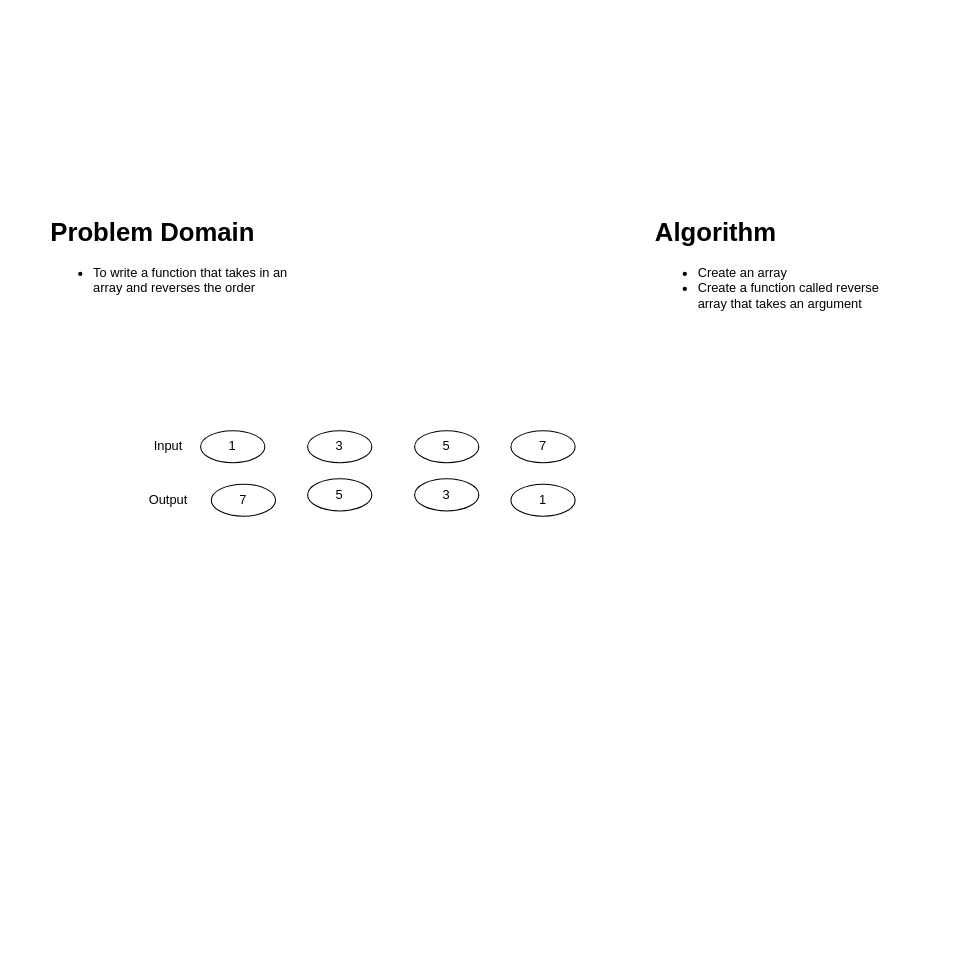
The draw.io diagram python/code_challenges/arrays/reverse/array_reverse.drawio in Bhattb2/data-structures-and-algorithms, before the edit. Source tidied: cells renumbered, new cells numbered last; positions are measured from the earlier drawing's top-left corner, leaving out a move shared by most shapes. Both pictures are drawn from the tidied source at 107%, with x=0, y=0 at pixel (45, 211).
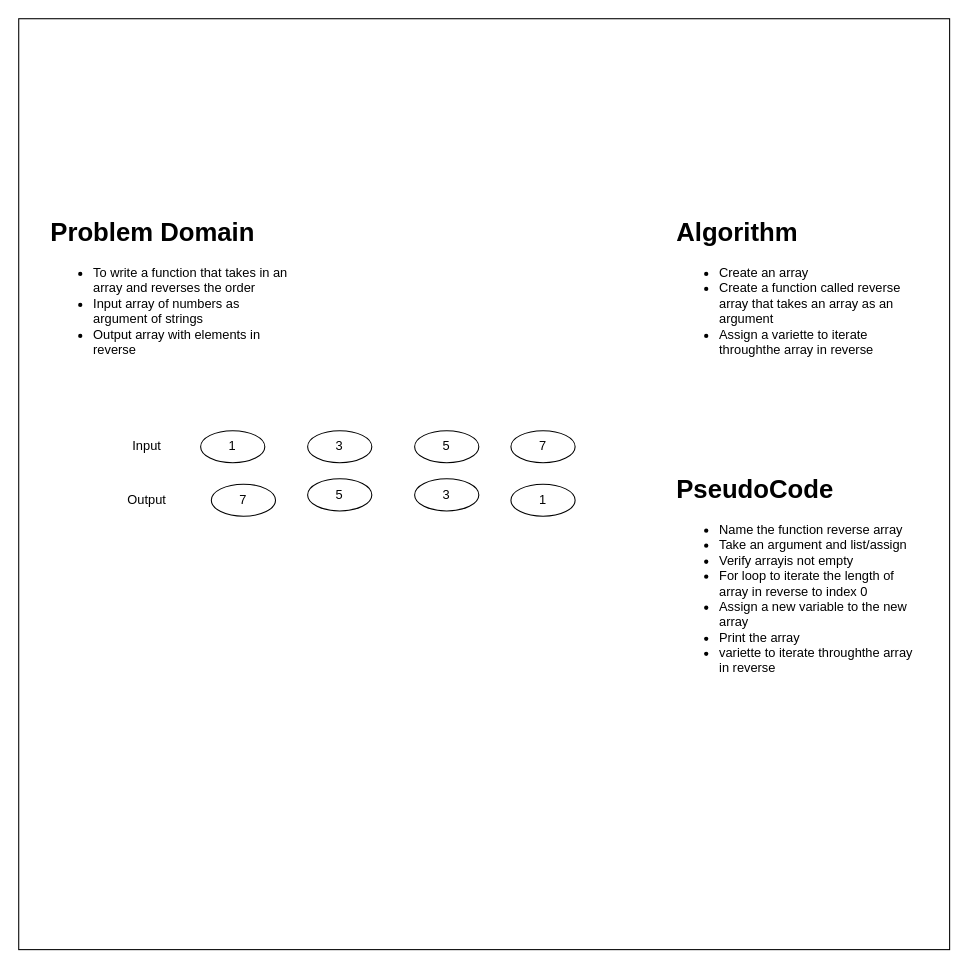
Above is the later version.

Commit message (it also covers changes not shown here):
completed array diagram

Diff of the diagram source:
```diff
@@
 <mxGraphModel>
   <root>
     <mxCell id="0" />
     <mxCell id="1" parent="0" />
+    <mxCell id="14" style="whiteSpace=wrap;html=1;" parent="1" vertex="1">
+      <mxGeometry x="-25" y="-180" width="870" height="870" as="geometry" />
+    </mxCell>
-    <mxCell id="2" value="&lt;h1&gt;Problem Domain&lt;/h1&gt;&lt;p&gt;&lt;ul&gt;&lt;li&gt;To write a function that takes in an array and reverses the order&lt;/li&gt;&lt;/ul&gt;&lt;/p&gt;" style="text;html=1;strokeColor=none;fillColor=none;spacing=5;spacingTop=-20;whiteSpace=wrap;overflow=hidden;rounded=0;" parent="1" vertex="1">
-      <mxGeometry width="230" height="120" as="geometry" />
+    <mxCell id="2" value="&lt;h1&gt;Problem Domain&lt;/h1&gt;&lt;p&gt;&lt;/p&gt;&lt;ul&gt;&lt;li&gt;To write a function that takes in an array and reverses the order&lt;/li&gt;&lt;li&gt;Input array of numbers as argument of strings&lt;/li&gt;&lt;li&gt;Output array with elements in reverse&lt;/li&gt;&lt;/ul&gt;&lt;p&gt;&lt;/p&gt;" style="text;html=1;strokeColor=none;fillColor=none;spacing=5;spacingTop=-20;whiteSpace=wrap;overflow=hidden;rounded=0;" parent="1" vertex="1">
+      <mxGeometry width="230" height="150" as="geometry" />
     </mxCell>
     <mxCell id="3" value="Input" style="text;html=1;strokeColor=none;fillColor=none;align=center;verticalAlign=middle;whiteSpace=wrap;rounded=0;" parent="1" vertex="1">
-      <mxGeometry x="95" y="210" width="40" height="20" as="geometry" />
+      <mxGeometry x="75" y="210" width="40" height="20" as="geometry" />
     </mxCell>
     <mxCell id="4" value="Output" style="text;html=1;strokeColor=none;fillColor=none;align=center;verticalAlign=middle;whiteSpace=wrap;rounded=0;" parent="1" vertex="1">
-      <mxGeometry x="95" y="260" width="40" height="20" as="geometry" />
+      <mxGeometry x="75" y="260" width="40" height="20" as="geometry" />
     </mxCell>
     <mxCell id="5" value="1" style="ellipse;whiteSpace=wrap;html=1;" parent="1" vertex="1">
       <mxGeometry x="145" y="205" width="60" height="30" as="geometry" />
     </mxCell>
     <mxCell id="6" value="3" style="ellipse;whiteSpace=wrap;html=1;" parent="1" vertex="1">
       <mxGeometry x="245" y="205" width="60" height="30" as="geometry" />
     </mxCell>
     <mxCell id="7" value="5" style="ellipse;whiteSpace=wrap;html=1;" parent="1" vertex="1">
       <mxGeometry x="345" y="205" width="60" height="30" as="geometry" />
     </mxCell>
     <mxCell id="8" value="7" style="ellipse;whiteSpace=wrap;html=1;" parent="1" vertex="1">
       <mxGeometry x="435" y="205" width="60" height="30" as="geometry" />
     </mxCell>
     <mxCell id="9" value="7" style="ellipse;whiteSpace=wrap;html=1;" parent="1" vertex="1">
       <mxGeometry x="155" y="255" width="60" height="30" as="geometry" />
     </mxCell>
     <mxCell id="10" value="5" style="ellipse;whiteSpace=wrap;html=1;" parent="1" vertex="1">
       <mxGeometry x="245" y="250" width="60" height="30" as="geometry" />
     </mxCell>
     <mxCell id="11" value="3" style="ellipse;whiteSpace=wrap;html=1;" parent="1" vertex="1">
       <mxGeometry x="345" y="250" width="60" height="30" as="geometry" />
     </mxCell>
     <mxCell id="12" value="1" style="ellipse;whiteSpace=wrap;html=1;" parent="1" vertex="1">
       <mxGeometry x="435" y="255" width="60" height="30" as="geometry" />
     </mxCell>
-    <mxCell id="13" value="&lt;h1&gt;Algorithm&lt;/h1&gt;&lt;p&gt;&lt;/p&gt;&lt;ul&gt;&lt;li&gt;Create an array&lt;/li&gt;&lt;li&gt;Create a function called reverse array that takes an argument&lt;/li&gt;&lt;/ul&gt;&lt;p&gt;&lt;/p&gt;" style="text;html=1;strokeColor=none;fillColor=none;spacing=5;spacingTop=-20;whiteSpace=wrap;overflow=hidden;rounded=0;" parent="1" vertex="1">
-      <mxGeometry x="565" width="230" height="120" as="geometry" />
+    <mxCell id="13" value="&lt;h1&gt;Algorithm&lt;/h1&gt;&lt;p&gt;&lt;/p&gt;&lt;ul&gt;&lt;li&gt;Create an array&lt;/li&gt;&lt;li&gt;Create a function called reverse array that takes an array as an argument&lt;/li&gt;&lt;li&gt;Assign a variette to iterate throughthe array in reverse&lt;/li&gt;&lt;/ul&gt;&lt;p&gt;&lt;/p&gt;" style="text;html=1;strokeColor=none;fillColor=none;spacing=5;spacingTop=-20;whiteSpace=wrap;overflow=hidden;rounded=0;" parent="1" vertex="1">
+      <mxGeometry x="585" width="230" height="170" as="geometry" />
     </mxCell>
+    <mxCell id="15" value="&lt;h1&gt;PseudoCode&lt;/h1&gt;&lt;p&gt;&lt;/p&gt;&lt;ul&gt;&lt;li&gt;Name the function reverse array&lt;/li&gt;&lt;li&gt;&lt;span&gt;Take an argument and list/assign&lt;/span&gt;&lt;/li&gt;&lt;li&gt;&lt;span&gt;Verify arrayis not empty&lt;/span&gt;&lt;/li&gt;&lt;li&gt;&lt;span&gt;For loop to iterate the length of array in reverse to index 0&lt;/span&gt;&lt;/li&gt;&lt;li&gt;&lt;span&gt;Assign a new variable to the new array&lt;/span&gt;&lt;/li&gt;&lt;li&gt;&lt;span&gt;Print the array&lt;/span&gt;&lt;/li&gt;&lt;li&gt;&lt;span&gt;variette to iterate throughthe array in reverse&lt;/span&gt;&lt;br&gt;&lt;/li&gt;&lt;/ul&gt;&lt;p&gt;&lt;/p&gt;" style="text;html=1;strokeColor=none;fillColor=none;spacing=5;spacingTop=-20;whiteSpace=wrap;overflow=hidden;rounded=0;" parent="1" vertex="1">
+      <mxGeometry x="585" y="240" width="230" height="240" as="geometry" />
+    </mxCell>
   </root>
 </mxGraphModel>
```
